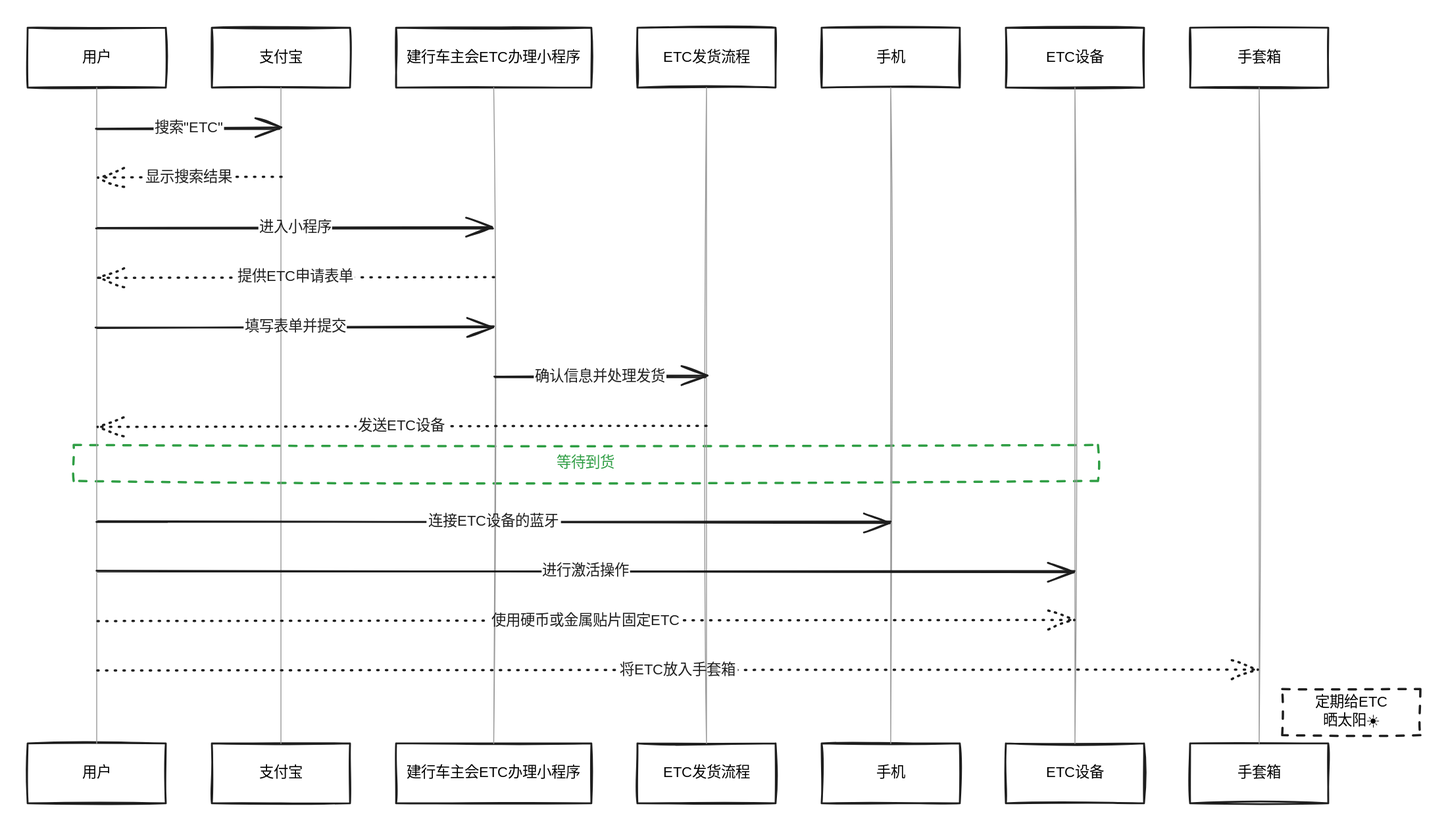
xiaogui2011/Life keeps this Excalidraw diagram as .gitbook/assets/file.excalidraw.svg. Above is the earlier version. Source tidied: one line per element, renumbered; positions are measured from the earlier drawing's top-left corner, leaving out a move shared by most shapes.
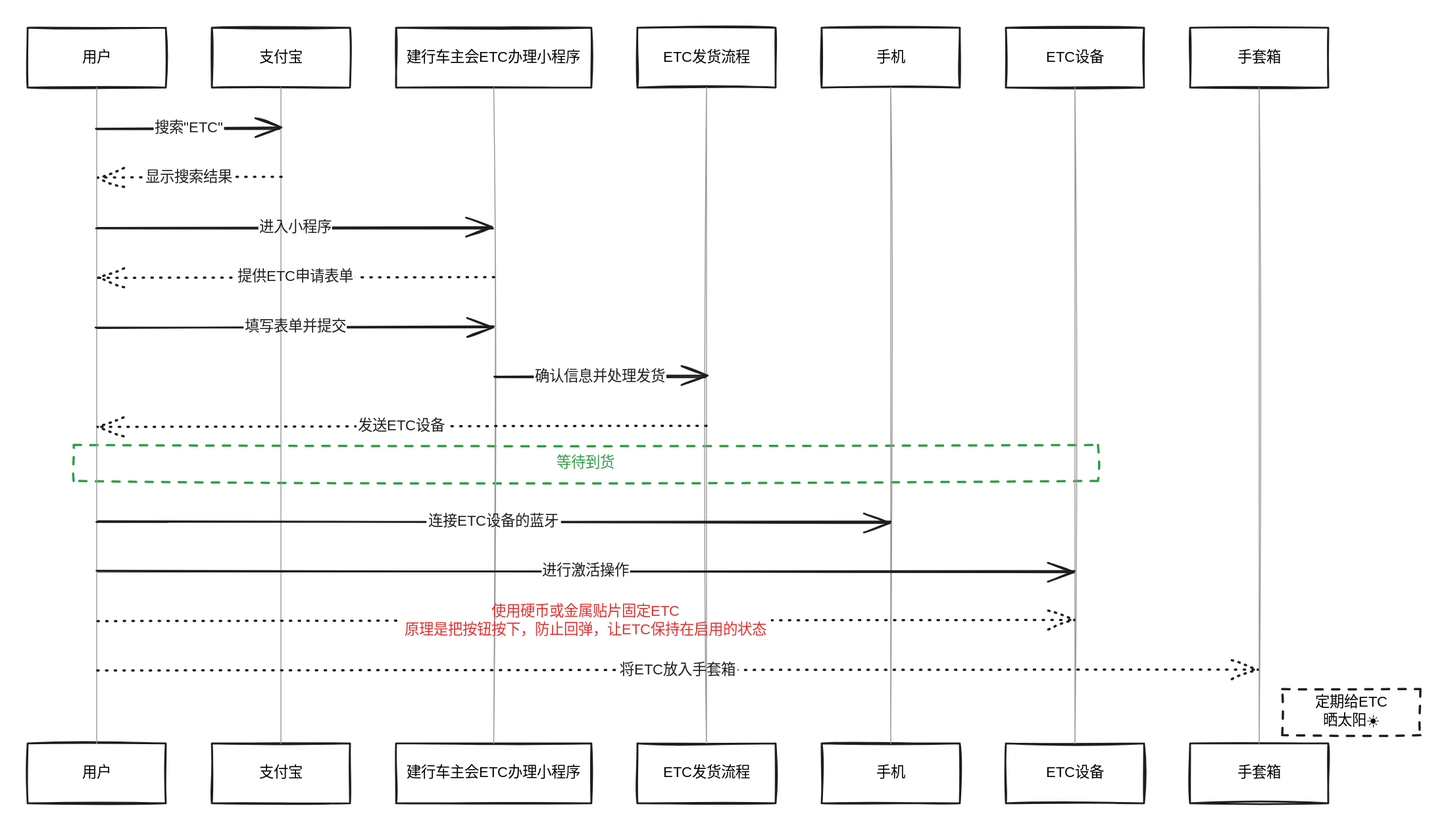
The same file after the commit.

Commit message:
GITBOOK-27: No subject

The edit, as a diff of the source:
```diff
@@ -30,7 +30,7 @@
 {"id": 29, "type": "arrow", "strokeColor": "#1e1e1e", "strokeWidth": 2, "strokeStyle": "dotted", "roughness": 1, "endArrowhead": "arrow", "round": true, "x": 736, "y": 433, "width": 662, "height": 0, "points": [[0, 0], [-661, 0]]}
 {"id": 30, "type": "arrow", "strokeColor": "#1e1e1e", "strokeWidth": 2, "roughness": 1, "endArrowhead": "arrow", "round": true, "x": 76, "y": 536, "width": 862, "height": 0, "points": [[0, 0], [861, 0]]}
 {"id": 31, "type": "arrow", "strokeColor": "#1e1e1e", "strokeWidth": 2, "roughness": 1, "endArrowhead": "arrow", "round": true, "x": 76, "y": 590, "width": 1062, "height": 0, "points": [[0, 0], [1061, 0]]}
-{"id": 32, "type": "arrow", "strokeColor": "#1e1e1e", "strokeWidth": 2, "strokeStyle": "dotted", "roughness": 1, "endArrowhead": "arrow", "round": true, "x": 76, "y": 644, "width": 1062, "height": 0, "points": [[0, 0], [1061, 0]]}
+{"id": 32, "type": "arrow", "strokeColor": "#1e1e1e", "strokeWidth": 2, "strokeStyle": "dotted", "roughness": 1, "endArrowhead": "arrow", "round": true, "x": 76, "y": 644, "width": 1061, "height": 0, "points": [[0, 0], [1061, 0]]}
 {"id": 33, "type": "arrow", "strokeColor": "#1e1e1e", "strokeWidth": 2, "strokeStyle": "dotted", "roughness": 1, "endArrowhead": "arrow", "round": true, "x": 76, "y": 698, "width": 1262, "height": 0, "points": [[0, 0], [1261, 0]]}
 {"id": 34, "type": "text", "text": "用户", "strokeColor": "#000", "strokeWidth": 2, "roughness": 1, "fontSize": 16, "fontFamily": 1, "textAlign": "center", "verticalAlign": "middle", "inside": 0, "x": 59, "y": 22, "width": 32, "height": 20}
 {"id": 35, "type": "text", "text": "用户", "strokeColor": "#000", "strokeWidth": 2, "roughness": 1, "fontSize": 16, "fontFamily": 1, "textAlign": "center", "verticalAlign": "middle", "inside": 1, "x": 59, "y": 800, "width": 32, "height": 20}
@@ -57,5 +57,5 @@
 {"id": 56, "type": "text", "text": "发送ETC设备", "strokeColor": "#1e1e1e", "strokeWidth": 2, "roughness": 1, "fontSize": 16, "fontFamily": 1, "textAlign": "center", "verticalAlign": "middle", "inside": 29, "x": 357, "y": 423, "width": 98, "height": 20}
 {"id": 57, "type": "text", "text": "连接ETC设备的蓝牙", "strokeColor": "#1e1e1e", "strokeWidth": 2, "roughness": 1, "fontSize": 16, "fontFamily": 1, "textAlign": "center", "verticalAlign": "middle", "inside": 30, "x": 433, "y": 526, "width": 146, "height": 20}
 {"id": 58, "type": "text", "text": "进行激活操作", "strokeColor": "#1e1e1e", "strokeWidth": 2, "roughness": 1, "fontSize": 16, "fontFamily": 1, "textAlign": "center", "verticalAlign": "middle", "inside": 31, "x": 558, "y": 580, "width": 96, "height": 20}
-{"id": 59, "type": "text", "text": "使用硬币或金属贴片固定ETC", "strokeColor": "#1e1e1e", "strokeWidth": 2, "roughness": 1, "fontSize": 16, "fontFamily": 1, "textAlign": "center", "verticalAlign": "middle", "inside": 32, "x": 501, "y": 634, "width": 210, "height": 20}
+{"id": 59, "type": "text", "text": "使用硬币或金属贴片固定ETC\n原理是把按钮按下，防止回弹，让ETC保持在启用的状态", "strokeColor": "#e03131", "strokeWidth": 2, "roughness": 1, "fontSize": 16, "fontFamily": 1, "textAlign": "center", "verticalAlign": "middle", "inside": 32, "x": 405, "y": 624, "width": 402, "height": 40}
 {"id": 60, "type": "text", "text": "将ETC放入手套箱", "strokeColor": "#1e1e1e", "strokeWidth": 2, "roughness": 1, "fontSize": 16, "fontFamily": 1, "textAlign": "center", "verticalAlign": "middle", "inside": 33, "x": 641, "y": 688, "width": 130, "height": 20}
```
